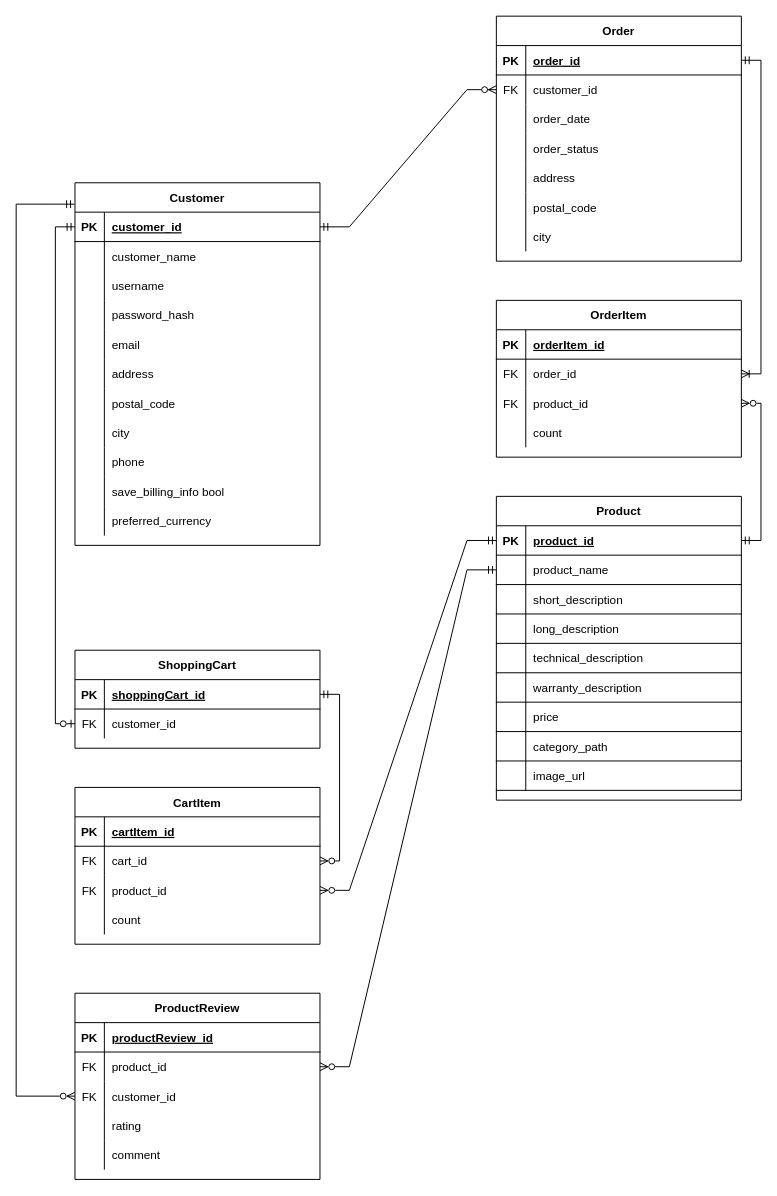
Above: ecommerce-mock-er.drawio in Tturna/ASP-Ecommerce (draw.io), before the change. Source tidied: cells renumbered, new cells numbered last; positions are measured from the earlier drawing's top-left corner, leaving out a move shared by most shapes. Both pictures are drawn from the tidied source at 98%, with x=0, y=0 at pixel (16, 16).
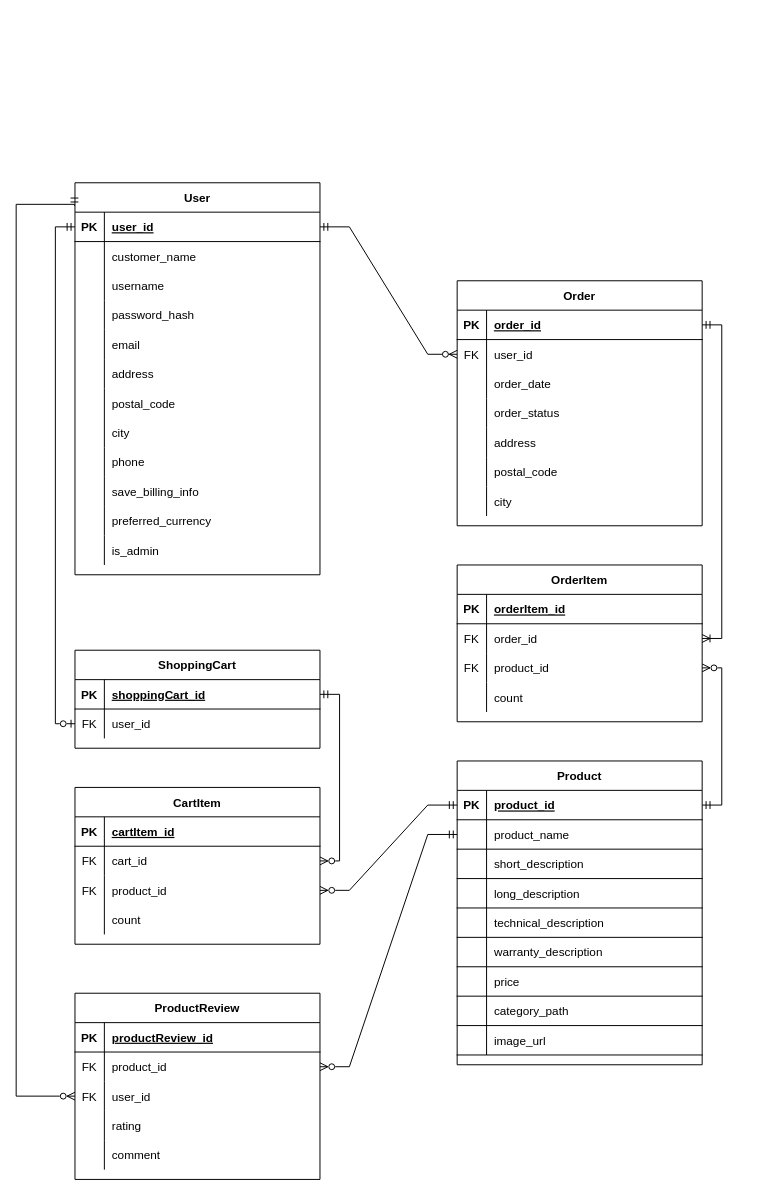
Above is the later version.

Commit message (it also covers changes not shown here):
improved er diagram

The change refers to these unchanged cells:
```xml
<mxCell id="7" style="shape=partialRectangle;fillColor=none;points=[[0,0.5],[1,0.5]];portConstraint=eastwest;top=0;left=0;right=0;bottom=0;" parent="3" vertex="1">
  <mxGeometry y="60" width="250" height="30" as="geometry" />
</mxCell>
<mxCell id="39" style="shape=partialRectangle;fillColor=none;points=[[0,0.5],[1,0.5]];portConstraint=eastwest;top=0;left=0;right=0;bottom=1;" parent="38" vertex="1">
  <mxGeometry y="30" width="250" height="30" as="geometry" />
</mxCell>
<mxCell id="66" style="shape=partialRectangle;fillColor=none;top=0;left=0;right=0;bottom=0;" parent="38" vertex="1">
  <mxGeometry y="300" width="250" height="30" as="geometry" />
</mxCell>
<mxCell id="106" style="shape=partialRectangle;fillColor=none;points=[[0,0.5],[1,0.5]];portConstraint=eastwest;top=0;left=0;right=0;bottom=0;" parent="102" vertex="1">
  <mxGeometry y="60" width="250" height="30" as="geometry" />
</mxCell>
<mxCell id="132" style="shape=partialRectangle;fillColor=none;points=[[0,0.5],[1,0.5]];portConstraint=eastwest;top=0;left=0;right=0;bottom=0;" parent="125" vertex="1">
  <mxGeometry y="90" width="250" height="30" as="geometry" />
</mxCell>
```

What changed in the source:
```diff
@@
     <mxCell id="3" value="Order" style="shape=table;startSize=30;childLayout=tableLayout;rowLines=0;fontStyle=1;align=center;" parent="1" vertex="1">
-      <mxGeometry x="490" width="250" height="250" as="geometry" />
+      <mxGeometry x="450" y="270" width="250" height="250" as="geometry" />
     </mxCell>
@@
-    <mxCell id="9" value="customer_id " style="shape=partialRectangle;overflow=hidden;fillColor=none;top=0;left=0;bottom=0;right=0;align=left;spacingLeft=6;" parent="7" vertex="1">
+    <mxCell id="9" value="user_id" style="shape=partialRectangle;overflow=hidden;fillColor=none;top=0;left=0;bottom=0;right=0;align=left;spacingLeft=6;" parent="7" vertex="1">
       <mxGeometry x="30" width="220" height="30" as="geometry" />
     </mxCell>
@@
     <mxCell id="25" value="OrderItem" style="shape=table;startSize=30;childLayout=tableLayout;rowLines=0;fontStyle=1;align=center;" parent="1" vertex="1">
-      <mxGeometry x="490" y="290" width="250" height="160" as="geometry" />
+      <mxGeometry x="450" y="560" width="250" height="160" as="geometry" />
     </mxCell>
@@
-    <mxCell id="38" value="Customer" style="shape=table;startSize=30;childLayout=tableLayout;rowLines=0;fontStyle=1;align=center;" parent="1" vertex="1">
-      <mxGeometry x="60" y="170" width="250" height="370" as="geometry" />
+    <mxCell id="38" value="User" style="shape=table;startSize=30;childLayout=tableLayout;rowLines=0;fontStyle=1;align=center;" parent="1" vertex="1">
+      <mxGeometry x="60" y="170" width="250" height="400" as="geometry" />
     </mxCell>
@@
-    <mxCell id="41" value="customer_id " style="shape=partialRectangle;overflow=hidden;fillColor=none;top=0;left=0;bottom=0;right=0;align=left;spacingLeft=6;fontStyle=5;" parent="39" vertex="1">
+    <mxCell id="41" value="user_id" style="shape=partialRectangle;overflow=hidden;fillColor=none;top=0;left=0;bottom=0;right=0;align=left;spacingLeft=6;fontStyle=5;" parent="39" vertex="1">
       <mxGeometry x="30" width="220" height="30" as="geometry" />
     </mxCell>
@@
-    <mxCell id="68" value="save_billing_info bool" style="shape=partialRectangle;overflow=hidden;fillColor=none;top=0;left=0;bottom=0;right=0;align=left;spacingLeft=6;" parent="66" vertex="1">
+    <mxCell id="68" value="save_billing_info " style="shape=partialRectangle;overflow=hidden;fillColor=none;top=0;left=0;bottom=0;right=0;align=left;spacingLeft=6;" parent="66" vertex="1">
       <mxGeometry x="30" width="220" height="30" as="geometry" />
     </mxCell>
@@
+    <mxCell id="143" style="shape=partialRectangle;fillColor=none;top=0;left=0;right=0;bottom=0;" parent="38" vertex="1">
+      <mxGeometry y="360" width="250" height="30" as="geometry" />
+    </mxCell>
+    <mxCell id="144" style="shape=partialRectangle;overflow=hidden;fillColor=none;top=0;left=0;bottom=0;right=0;" parent="143" vertex="1">
+      <mxGeometry width="30" height="30" as="geometry" />
+    </mxCell>
+    <mxCell id="145" value="is_admin" style="shape=partialRectangle;overflow=hidden;fillColor=none;top=0;left=0;bottom=0;right=0;align=left;spacingLeft=6;" parent="143" vertex="1">
+      <mxGeometry x="30" width="220" height="30" as="geometry" />
+    </mxCell>
@@
     <mxCell id="73" value="Product" style="shape=table;startSize=30;childLayout=tableLayout;rowLines=0;fontStyle=1;align=center;" parent="1" vertex="1">
-      <mxGeometry x="490" y="490" width="250" height="310" as="geometry" />
+      <mxGeometry x="450" y="760" width="250" height="310" as="geometry" />
     </mxCell>
@@
-    <mxCell id="108" value="customer_id" style="shape=partialRectangle;overflow=hidden;fillColor=none;top=0;left=0;bottom=0;right=0;align=left;spacingLeft=6;" parent="106" vertex="1">
+    <mxCell id="108" value="user_id" style="shape=partialRectangle;overflow=hidden;fillColor=none;top=0;left=0;bottom=0;right=0;align=left;spacingLeft=6;" parent="106" vertex="1">
       <mxGeometry x="30" width="220" height="30" as="geometry" />
     </mxCell>
@@
-    <mxCell id="134" value="customer_id" style="shape=partialRectangle;overflow=hidden;fillColor=none;top=0;left=0;bottom=0;right=0;align=left;spacingLeft=6;" parent="132" vertex="1">
+    <mxCell id="134" value="user_id" style="shape=partialRectangle;overflow=hidden;fillColor=none;top=0;left=0;bottom=0;right=0;align=left;spacingLeft=6;" parent="132" vertex="1">
       <mxGeometry x="30" width="220" height="30" as="geometry" />
     </mxCell>
```
